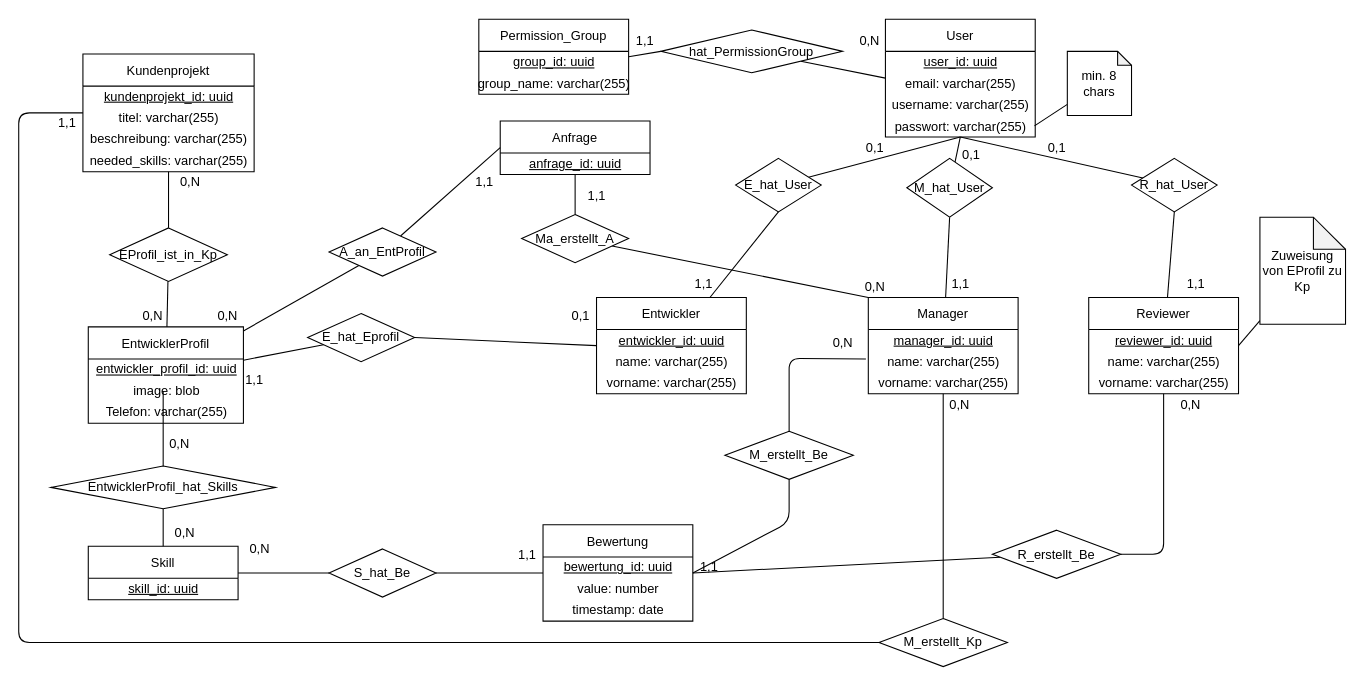
Above: page "Semantisch" (1 of 2) of docs/diagram/ERDiagramm.drawio in TomKeppeler/WRAM (draw.io), before the change. Source tidied: cells renumbered, new cells numbered last; positions are measured from the earlier drawing's top-left corner, leaving out a move shared by most shapes. Both pictures are drawn from the tidied source at 107%, with x=0, y=0 at pixel (18, 18).
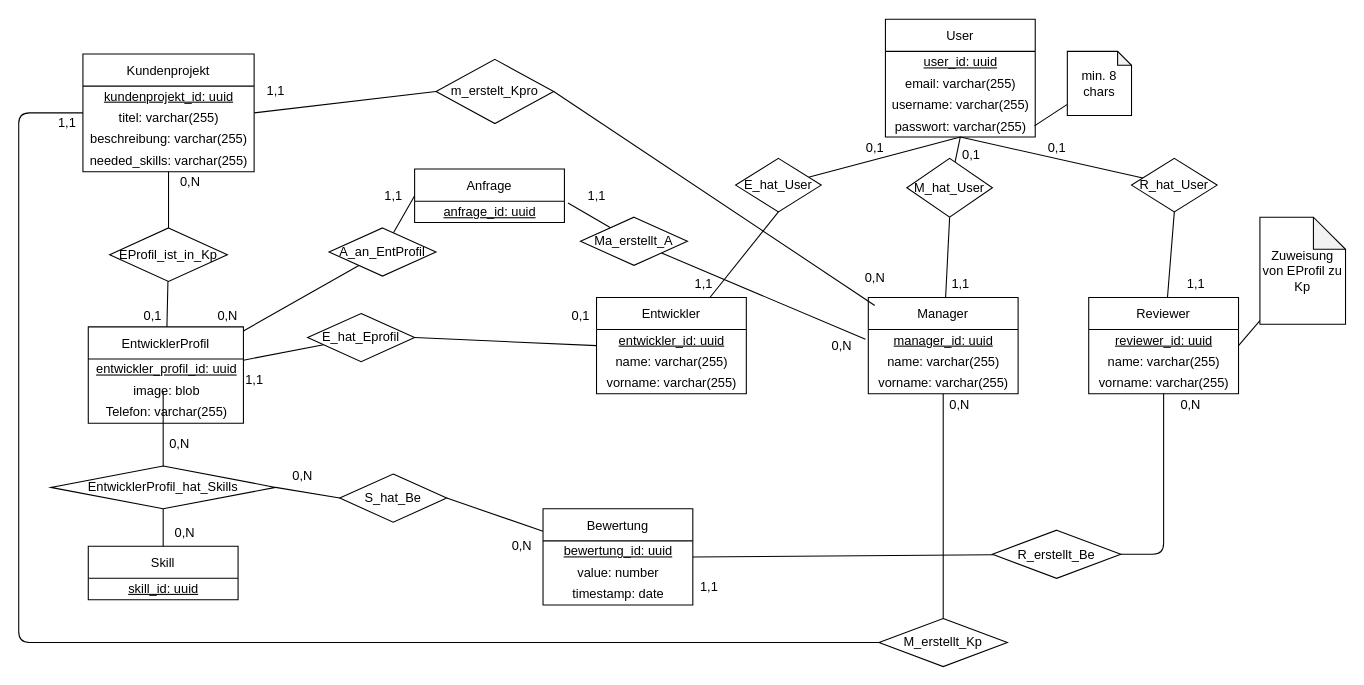
The same diagram, later.

The change refers to these unchanged cells:
```xml
<mxCell id="9" value="titel: varchar(255)" style="text;html=1;align=center;verticalAlign=middle;points=[];strokeColor=none;fillColor=none;" parent="7" vertex="1">
  <mxGeometry y="50" width="160" height="20" as="geometry" />
</mxCell>
<mxCell id="19" value="Manager" style="swimlane;fontStyle=0;horizontal=1;startSize=30;" parent="1" vertex="1">
  <mxGeometry x="794" y="260.5" width="140" height="90" as="geometry" />
</mxCell>
<mxCell id="20" value="&lt;u&gt;manager_id: uuid&lt;/u&gt;" style="text;html=1;align=center;verticalAlign=middle;points=[];strokeColor=none;fillColor=none;" parent="19" vertex="1">
  <mxGeometry y="30" width="140" height="20" as="geometry" />
</mxCell>
<mxCell id="21" value="name: varchar(255)" style="text;html=1;align=center;verticalAlign=middle;points=[];strokeColor=none;fillColor=none;" parent="19" vertex="1">
  <mxGeometry y="50" width="140" height="20" as="geometry" />
</mxCell>
<mxCell id="35" value="Skill" style="swimlane;fontStyle=0;horizontal=1;startSize=30;" parent="1" vertex="1">
  <mxGeometry x="65" y="493" width="140" height="50" as="geometry" />
</mxCell>
<mxCell id="57" value="User" style="swimlane;fontStyle=0;horizontal=1;startSize=30;" parent="1" vertex="1">
  <mxGeometry x="810" y="0.5" width="140" height="110" as="geometry" />
</mxCell>
<mxCell id="70" value="EntwicklerProfil_hat_Skills" style="rhombus;whiteSpace=wrap;html=1;" parent="1" vertex="1">
  <mxGeometry x="30" y="418" width="210" height="40" as="geometry" />
</mxCell>
<mxCell id="89" value="&lt;u&gt;anfrage_id: uuid&lt;/u&gt;" style="text;html=1;align=center;verticalAlign=middle;points=[];strokeColor=none;fillColor=none;" parent="88" vertex="1">
  <mxGeometry y="30" width="140" height="20" as="geometry" />
</mxCell>
```

Diff of the diagram source:
```diff
@@
-    <mxCell id="2" style="edgeStyle=none;html=1;entryX=0;entryY=0.5;entryDx=0;entryDy=0;endArrow=none;endFill=0;exitX=1;exitY=0.5;exitDx=0;exitDy=0;" parent="1" edge="1" source="54" target="4">
-      <mxGeometry relative="1" as="geometry" />
-    </mxCell>
-    <mxCell id="3" style="edgeStyle=none;html=1;entryX=0;entryY=0.5;entryDx=0;entryDy=0;endArrow=none;endFill=0;" parent="1" edge="1" source="4" target="57">
-      <mxGeometry relative="1" as="geometry" />
-    </mxCell>
-    <mxCell id="4" value="hat_PermissionGroup" style="rhombus;whiteSpace=wrap;html=1;" parent="1" vertex="1">
-      <mxGeometry x="600" y="10.5" width="170" height="40" as="geometry" />
-    </mxCell>
-    <mxCell id="5" value="1,1" style="text;html=1;align=center;verticalAlign=middle;strokeColor=none;fillColor=none;" parent="1" vertex="1">
-      <mxGeometry x="570" y="10.5" width="30" height="20" as="geometry" />
-    </mxCell>
-    <mxCell id="6" value="0,N" style="text;html=1;align=center;verticalAlign=middle;strokeColor=none;fillColor=none;" parent="1" vertex="1">
-      <mxGeometry x="780" y="10.5" width="30" height="20" as="geometry" />
-    </mxCell>
@@
-    <mxCell id="34" style="edgeStyle=none;html=1;entryX=0;entryY=0.5;entryDx=0;entryDy=0;endArrow=none;endFill=0;" parent="1" edge="1" source="35" target="76">
+    <mxCell id="34" style="edgeStyle=none;html=1;entryX=0;entryY=0.5;entryDx=0;entryDy=0;endArrow=none;endFill=0;exitX=1;exitY=0.5;exitDx=0;exitDy=0;" parent="1" edge="1" source="70" target="76">
       <mxGeometry relative="1" as="geometry" />
     </mxCell>
@@
-    <mxCell id="53" value="0,N" style="text;html=1;align=center;verticalAlign=middle;strokeColor=none;fillColor=none;" parent="1" vertex="1">
-      <mxGeometry x="110" y="268" width="30" height="20" as="geometry" />
+    <mxCell id="53" value="0,1" style="text;html=1;align=center;verticalAlign=middle;strokeColor=none;fillColor=none;" parent="1" vertex="1">
+      <mxGeometry x="105" y="263" width="40" height="30" as="geometry" />
     </mxCell>
-    <mxCell id="54" value="Permission_Group" style="swimlane;fontStyle=0;horizontal=1;startSize=30;" parent="1" vertex="1">
-      <mxGeometry x="430" y="0.5" width="140" height="70" as="geometry" />
-    </mxCell>
-    <mxCell id="55" value="&lt;u&gt;group_id: uuid&lt;/u&gt;" style="text;html=1;align=center;verticalAlign=middle;strokeColor=none;fillColor=none;" parent="54" vertex="1">
-      <mxGeometry y="30" width="140" height="20" as="geometry" />
-    </mxCell>
-    <mxCell id="56" value="group_name: varchar(255)" style="text;html=1;align=center;verticalAlign=middle;strokeColor=none;fillColor=none;" parent="54" vertex="1">
-      <mxGeometry y="50" width="140" height="20" as="geometry" />
-    </mxCell>
@@
     <mxCell id="72" value="Bewertung" style="swimlane;fontStyle=0;horizontal=1;startSize=30;" parent="1" vertex="1">
-      <mxGeometry x="490" y="473" width="140" height="90" as="geometry" />
+      <mxGeometry x="490" y="458" width="140" height="90" as="geometry" />
     </mxCell>
@@
     <mxCell id="76" value="S_hat_Be" style="rhombus;whiteSpace=wrap;html=1;fontStyle=0;startSize=30;" parent="1" vertex="1">
-      <mxGeometry x="290" y="495.5" width="100" height="45" as="geometry" />
+      <mxGeometry x="300" y="425.5" width="100" height="45" as="geometry" />
     </mxCell>
     <mxCell id="77" value="0,N" style="text;html=1;align=center;verticalAlign=middle;strokeColor=none;fillColor=none;" parent="1" vertex="1">
-      <mxGeometry x="210" y="485.5" width="30" height="20" as="geometry" />
+      <mxGeometry x="250" y="418" width="30" height="20" as="geometry" />
     </mxCell>
-    <mxCell id="78" value="1,1" style="text;html=1;align=center;verticalAlign=middle;strokeColor=none;fillColor=none;" parent="1" vertex="1">
-      <mxGeometry x="460" y="490.5" width="30" height="20" as="geometry" />
+    <mxCell id="78" value="&lt;div&gt;0,N&lt;/div&gt;" style="text;html=1;align=center;verticalAlign=middle;strokeColor=none;fillColor=none;" parent="1" vertex="1">
+      <mxGeometry x="450" y="478" width="40" height="30" as="geometry" />
     </mxCell>
@@
-    <mxCell id="82" style="edgeStyle=none;html=1;entryX=-0.016;entryY=0.373;entryDx=0;entryDy=0;entryPerimeter=0;endArrow=none;endFill=0;" parent="1" edge="1" source="84" target="21">
-      <mxGeometry relative="1" as="geometry">
-        <Array as="points">
-          <mxPoint x="720" y="317.5" />
-        </Array>
-      </mxGeometry>
-    </mxCell>
-    <mxCell id="83" style="edgeStyle=none;html=1;entryX=1;entryY=0.5;entryDx=0;entryDy=0;endArrow=none;endFill=0;" parent="1" edge="1" source="84" target="72">
-      <mxGeometry relative="1" as="geometry">
-        <Array as="points">
-          <mxPoint x="720" y="470.5" />
-        </Array>
-      </mxGeometry>
-    </mxCell>
-    <mxCell id="84" value="M_erstellt_Be" style="rhombus;whiteSpace=wrap;html=1;fontStyle=0;startSize=30;" parent="1" vertex="1">
-      <mxGeometry x="660" y="385.5" width="120" height="45" as="geometry" />
-    </mxCell>
-    <mxCell id="85" value="0,N" style="text;html=1;align=center;verticalAlign=middle;strokeColor=none;fillColor=none;" parent="1" vertex="1">
-      <mxGeometry x="755" y="293" width="30" height="20" as="geometry" />
-    </mxCell>
-    <mxCell id="86" value="1,1" style="text;html=1;align=center;verticalAlign=middle;strokeColor=none;fillColor=none;" parent="1" vertex="1">
-      <mxGeometry x="630" y="503" width="30" height="20" as="geometry" />
-    </mxCell>
@@
     <mxCell id="88" value="Anfrage" style="swimlane;fontStyle=0;horizontal=1;startSize=30;" parent="1" vertex="1">
-      <mxGeometry x="450" y="95.5" width="140" height="50" as="geometry" />
+      <mxGeometry x="370" y="140.5" width="140" height="50" as="geometry" />
     </mxCell>
@@
-    <mxCell id="90" style="edgeStyle=none;html=1;entryX=0;entryY=0;entryDx=0;entryDy=0;endArrow=none;endFill=0;" parent="1" edge="1" source="92" target="19">
+    <mxCell id="90" style="edgeStyle=none;html=1;entryX=-0.019;entryY=0.457;entryDx=0;entryDy=0;endArrow=none;endFill=0;entryPerimeter=0;" parent="1" edge="1" source="92" target="20">
       <mxGeometry relative="1" as="geometry" />
     </mxCell>
-    <mxCell id="91" style="edgeStyle=none;html=1;entryX=0.5;entryY=1;entryDx=0;entryDy=0;endArrow=none;endFill=0;" parent="1" edge="1" source="92" target="88">
+    <mxCell id="91" style="edgeStyle=none;html=1;entryX=1.024;entryY=0.088;entryDx=0;entryDy=0;endArrow=none;endFill=0;entryPerimeter=0;" parent="1" edge="1" source="92" target="89">
       <mxGeometry relative="1" as="geometry" />
     </mxCell>
     <mxCell id="92" value="Ma_erstellt_A" style="rhombus;whiteSpace=wrap;html=1;fontStyle=0;startSize=30;" parent="1" vertex="1">
-      <mxGeometry x="470" y="183" width="100" height="45" as="geometry" />
+      <mxGeometry x="525" y="185.5" width="100" height="45" as="geometry" />
     </mxCell>
     <mxCell id="93" value="0,N" style="text;html=1;align=center;verticalAlign=middle;strokeColor=none;fillColor=none;" parent="1" vertex="1">
-      <mxGeometry x="785" y="240.5" width="30" height="20" as="geometry" />
+      <mxGeometry x="754" y="295.5" width="30" height="20" as="geometry" />
     </mxCell>
@@
     <mxCell id="98" value="1,1" style="text;html=1;align=center;verticalAlign=middle;strokeColor=none;fillColor=none;" parent="1" vertex="1">
-      <mxGeometry x="420" y="143" width="30" height="20" as="geometry" />
+      <mxGeometry x="335" y="155.5" width="30" height="20" as="geometry" />
     </mxCell>
@@
+    <mxCell id="107" value="1,1" style="text;html=1;align=center;verticalAlign=middle;strokeColor=none;fillColor=none;" parent="1" vertex="1">
+      <mxGeometry x="630" y="520.5" width="30" height="20" as="geometry" />
+    </mxCell>
+    <mxCell id="108" style="edgeStyle=none;html=1;endArrow=none;endFill=0;exitX=1;exitY=0.5;exitDx=0;exitDy=0;entryX=0.043;entryY=0.083;entryDx=0;entryDy=0;entryPerimeter=0;" parent="1" edge="1" source="109" target="19">
+      <mxGeometry relative="1" as="geometry" />
+    </mxCell>
+    <mxCell id="109" value="m_erstelt_Kpro" style="rhombus;whiteSpace=wrap;html=1;" parent="1" vertex="1">
+      <mxGeometry x="390" y="38" width="110" height="60" as="geometry" />
+    </mxCell>
+    <mxCell id="110" style="edgeStyle=none;html=1;endArrow=none;endFill=0;exitX=1;exitY=0.25;exitDx=0;exitDy=0;exitPerimeter=0;entryX=0;entryY=0.5;entryDx=0;entryDy=0;" parent="1" edge="1" source="9" target="109">
+      <mxGeometry relative="1" as="geometry" />
+    </mxCell>
+    <mxCell id="111" value="0,N" style="text;html=1;align=center;verticalAlign=middle;strokeColor=none;fillColor=none;" parent="1" vertex="1">
+      <mxGeometry x="780" y="228" width="40" height="30" as="geometry" />
+    </mxCell>
+    <mxCell id="112" value="1,1" style="text;html=1;align=center;verticalAlign=middle;strokeColor=none;fillColor=none;" parent="1" vertex="1">
+      <mxGeometry x="220" y="53" width="40" height="30" as="geometry" />
+    </mxCell>
```
